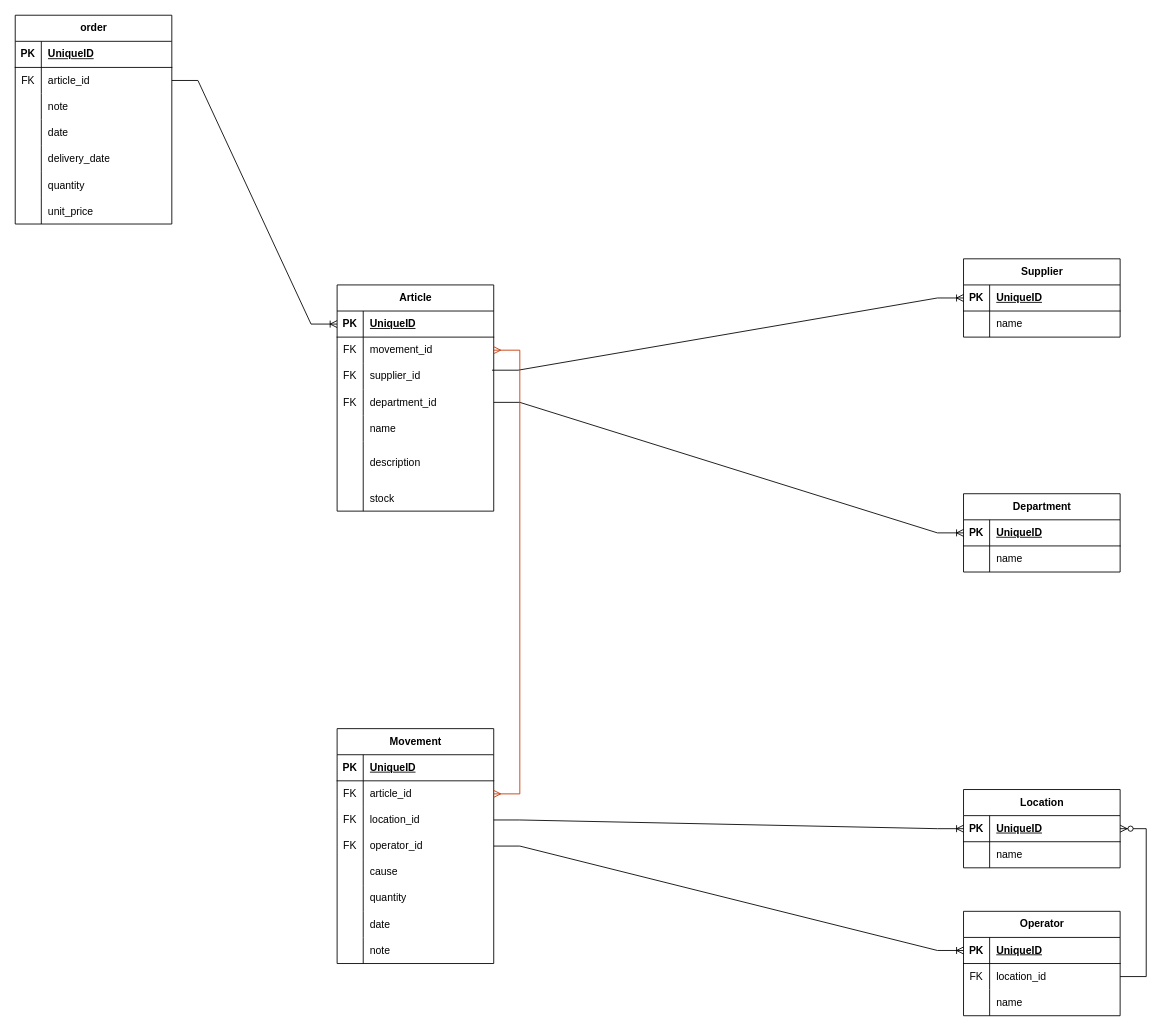
Before: draw.drawio in ga300/server_laravel_stable, a draw.io diagram. Source tidied: cells renumbered, new cells numbered last; positions are measured from the earlier drawing's top-left corner, leaving out a move shared by most shapes. Both pictures are drawn from the tidied source at 87%, with x=0, y=0 at pixel (15, 15).
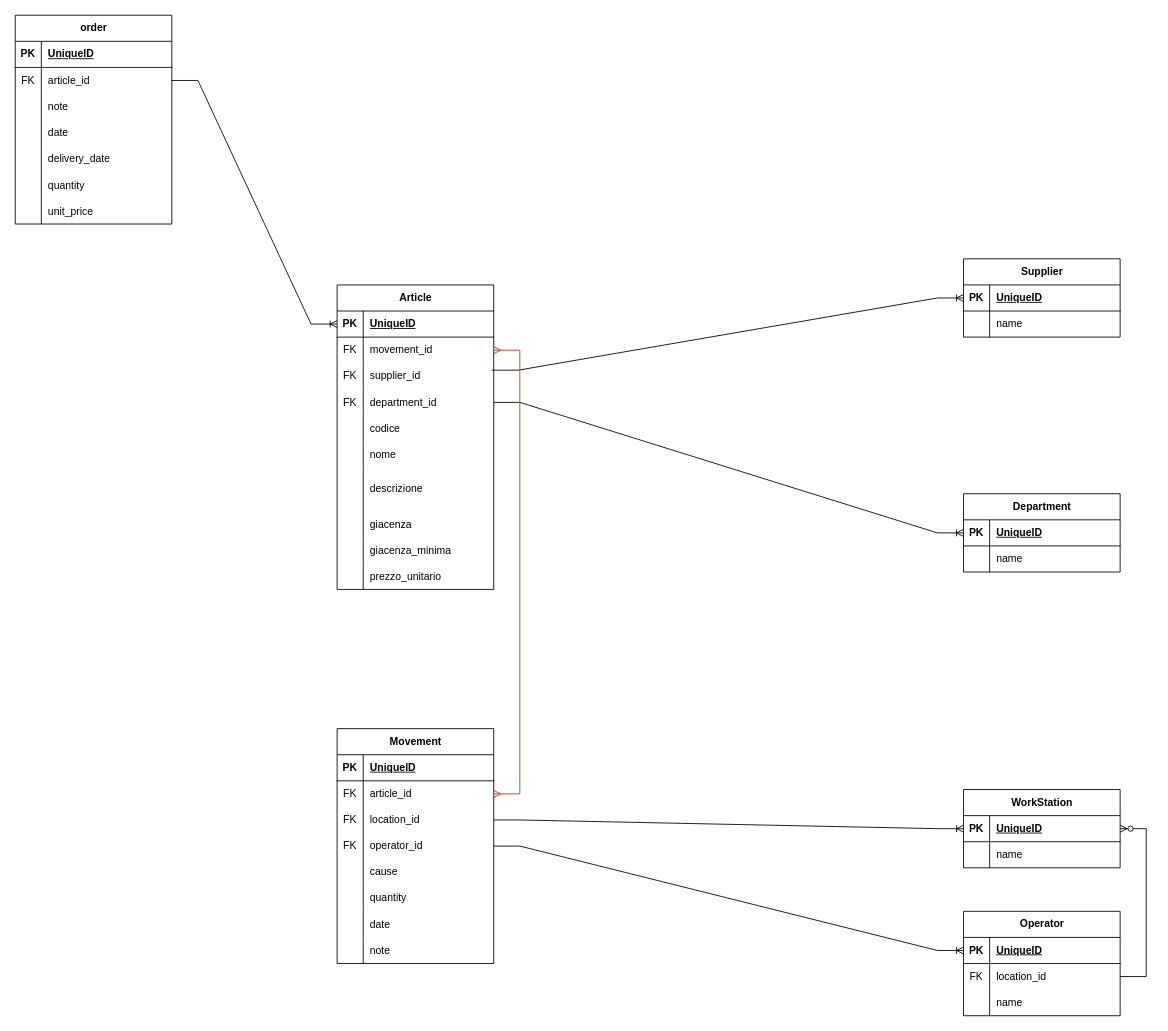
The same page after the edit.

Diff of the diagram source:
```diff
@@
     <mxCell id="2" value="Article" style="shape=table;startSize=30;childLayout=tableLayout;rowLines=0;fontStyle=1;align=center;html=1;" parent="1" vertex="1">
-      <mxGeometry x="370" y="310" width="180" height="260" as="geometry" />
+      <mxGeometry x="370" y="310" width="180" height="350" as="geometry" />
     </mxCell>
@@
+    <mxCell id="109" style="shape=tableRow;horizontal=0;startSize=0;swimlaneHead=0;swimlaneBody=0;fillColor=none;top=0;left=0;right=0;bottom=0;" parent="2" vertex="1">
+      <mxGeometry y="150" width="180" height="30" as="geometry" />
+    </mxCell>
+    <mxCell id="110" style="shape=partialRectangle;fillColor=none;top=0;left=0;bottom=0;right=0;overflow=hidden;" parent="109" vertex="1">
+      <mxGeometry width="30" height="30" as="geometry" />
+    </mxCell>
+    <mxCell id="111" value="codice" style="shape=partialRectangle;fillColor=none;top=0;left=0;bottom=0;right=0;align=left;spacingLeft=6;overflow=hidden;" parent="109" vertex="1">
+      <mxGeometry x="30" width="150" height="30" as="geometry" />
+    </mxCell>
     <mxCell id="15" style="shape=tableRow;horizontal=0;startSize=0;swimlaneHead=0;swimlaneBody=0;fillColor=none;top=0;left=0;right=0;bottom=0;" parent="2" vertex="1">
-      <mxGeometry y="150" width="180" height="30" as="geometry" />
+      <mxGeometry y="180" width="180" height="30" as="geometry" />
     </mxCell>
@@
-    <mxCell id="17" value="name" style="shape=partialRectangle;fillColor=none;top=0;left=0;bottom=0;right=0;align=left;spacingLeft=6;overflow=hidden;whiteSpace=wrap;html=1;" parent="15" vertex="1">
+    <mxCell id="17" value="nome" style="shape=partialRectangle;fillColor=none;top=0;left=0;bottom=0;right=0;align=left;spacingLeft=6;overflow=hidden;whiteSpace=wrap;html=1;" parent="15" vertex="1">
       <mxGeometry x="30" width="150" height="30" as="geometry" />
     </mxCell>
     <mxCell id="18" style="shape=tableRow;horizontal=0;startSize=0;swimlaneHead=0;swimlaneBody=0;fillColor=none;top=0;left=0;right=0;bottom=0;" parent="2" vertex="1">
-      <mxGeometry y="180" width="180" height="50" as="geometry" />
+      <mxGeometry y="210" width="180" height="50" as="geometry" />
     </mxCell>
@@
-    <mxCell id="20" value="description" style="shape=partialRectangle;fillColor=none;top=0;left=0;bottom=0;right=0;align=left;spacingLeft=6;overflow=hidden;whiteSpace=wrap;html=1;" parent="18" vertex="1">
+    <mxCell id="20" value="descrizione" style="shape=partialRectangle;fillColor=none;top=0;left=0;bottom=0;right=0;align=left;spacingLeft=6;overflow=hidden;whiteSpace=wrap;html=1;" parent="18" vertex="1">
       <mxGeometry x="30" width="150" height="50" as="geometry" />
     </mxCell>
     <mxCell id="21" style="shape=tableRow;horizontal=0;startSize=0;swimlaneHead=0;swimlaneBody=0;fillColor=none;top=0;left=0;right=0;bottom=0;" parent="2" vertex="1">
-      <mxGeometry y="230" width="180" height="30" as="geometry" />
+      <mxGeometry y="260" width="180" height="30" as="geometry" />
     </mxCell>
@@
-    <mxCell id="23" value="stock" style="shape=partialRectangle;fillColor=none;top=0;left=0;bottom=0;right=0;align=left;spacingLeft=6;overflow=hidden;" parent="21" vertex="1">
+    <mxCell id="23" value="giacenza" style="shape=partialRectangle;fillColor=none;top=0;left=0;bottom=0;right=0;align=left;spacingLeft=6;overflow=hidden;" parent="21" vertex="1">
       <mxGeometry x="30" width="150" height="30" as="geometry" />
     </mxCell>
+    <mxCell id="112" style="shape=tableRow;horizontal=0;startSize=0;swimlaneHead=0;swimlaneBody=0;fillColor=none;top=0;left=0;right=0;bottom=0;" parent="2" vertex="1">
+      <mxGeometry y="290" width="180" height="30" as="geometry" />
+    </mxCell>
+    <mxCell id="113" style="shape=partialRectangle;fillColor=none;top=0;left=0;bottom=0;right=0;overflow=hidden;" parent="112" vertex="1">
+      <mxGeometry width="30" height="30" as="geometry" />
+    </mxCell>
+    <mxCell id="114" value="giacenza_minima" style="shape=partialRectangle;fillColor=none;top=0;left=0;bottom=0;right=0;align=left;spacingLeft=6;overflow=hidden;" parent="112" vertex="1">
+      <mxGeometry x="30" width="150" height="30" as="geometry" />
+    </mxCell>
+    <mxCell id="115" style="shape=tableRow;horizontal=0;startSize=0;swimlaneHead=0;swimlaneBody=0;fillColor=none;top=0;left=0;right=0;bottom=0;" parent="2" vertex="1">
+      <mxGeometry y="320" width="180" height="30" as="geometry" />
+    </mxCell>
+    <mxCell id="116" style="shape=partialRectangle;fillColor=none;top=0;left=0;bottom=0;right=0;overflow=hidden;" parent="115" vertex="1">
+      <mxGeometry width="30" height="30" as="geometry" />
+    </mxCell>
+    <mxCell id="117" value="prezzo_unitario" style="shape=partialRectangle;fillColor=none;top=0;left=0;bottom=0;right=0;align=left;spacingLeft=6;overflow=hidden;" parent="115" vertex="1">
+      <mxGeometry x="30" width="150" height="30" as="geometry" />
+    </mxCell>
@@
-    <mxCell id="50" value="Location" style="shape=table;startSize=30;childLayout=tableLayout;rowLines=0;fontStyle=1;align=center;html=1;" parent="1" vertex="1">
+    <mxCell id="50" value="WorkStation" style="shape=table;startSize=30;childLayout=tableLayout;rowLines=0;fontStyle=1;align=center;html=1;" parent="1" vertex="1">
       <mxGeometry x="1090" y="890" width="180" height="90" as="geometry" />
     </mxCell>
```
